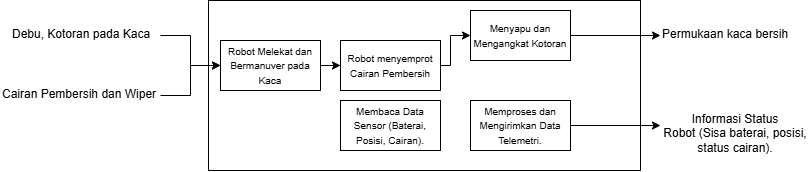
Earlier version of the draw.io export FunctionTree.drawio.png (bryansasa/PPT-Cleaning-Glass-Robot). Source tidied: cells renumbered, new cells last; positions are measured from the earlier drawing's top-left corner, leaving out a move shared by most shapes.
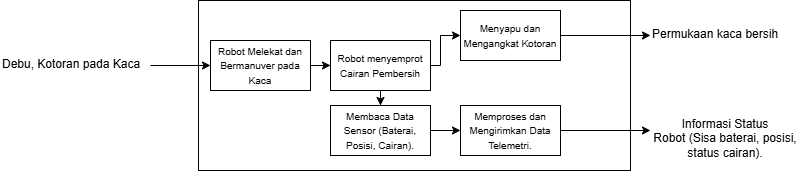
The same diagram one commit later.

What changed in the source:
```diff
@@ -9,14 +9,8 @@
       <mxGeometry relative="1" as="geometry" />
     </mxCell>
     <mxCell id="4" value="Debu, Kotoran pada Kaca" style="text;whiteSpace=wrap;html=1;" parent="1" vertex="1">
-      <mxGeometry x="10" y="20" width="150" height="30" as="geometry" />
+      <mxGeometry x="10" y="50" width="150" height="30" as="geometry" />
     </mxCell>
-    <mxCell id="5" style="edgeStyle=orthogonalEdgeStyle;rounded=0;jettySize=auto;html=1;" parent="1" edge="1" source="6" target="8">
-      <mxGeometry relative="1" as="geometry" />
-    </mxCell>
-    <mxCell id="6" value="Cairan Pembersih dan Wiper" style="text;whiteSpace=wrap;html=1;" parent="1" vertex="1">
-      <mxGeometry y="80" width="160" height="30" as="geometry" />
-    </mxCell>
     <mxCell id="7" style="edgeStyle=orthogonalEdgeStyle;rounded=0;jettySize=auto;html=1;" parent="1" edge="1" source="8" target="10">
       <mxGeometry relative="1" as="geometry" />
     </mxCell>
@@ -31,6 +25,9 @@
         </Array>
       </mxGeometry>
     </mxCell>
+    <mxCell id="18" style="edgeStyle=orthogonalEdgeStyle;rounded=0;jettySize=auto;html=1;" parent="1" edge="1" source="10" target="14">
+      <mxGeometry relative="1" as="geometry" />
+    </mxCell>
     <mxCell id="10" value="&lt;span&gt;&lt;font style=&quot;font-size: 10px;&quot;&gt;Robot menyemprot Cairan Pembersih&lt;/font&gt;&lt;/span&gt;" style="rounded=0;whiteSpace=wrap;html=1;" parent="1" vertex="1">
       <mxGeometry x="340" y="40" width="100" height="50" as="geometry" />
     </mxCell>
@@ -43,17 +40,20 @@
     <mxCell id="13" value="Permukaan kaca bersih" style="text;whiteSpace=wrap;html=1;" parent="1" vertex="1">
       <mxGeometry x="660" y="20" width="150" height="30" as="geometry" />
     </mxCell>
+    <mxCell id="19" style="edgeStyle=orthogonalEdgeStyle;rounded=0;jettySize=auto;html=1;" parent="1" edge="1" source="14" target="16">
+      <mxGeometry relative="1" as="geometry" />
+    </mxCell>
     <mxCell id="14" value="&lt;font style=&quot;font-size: 10px;&quot;&gt;&lt;span style=&quot;&quot;&gt;Membaca Data Sensor (Baterai, Posisi, Cairan)&lt;/span&gt;.&lt;/font&gt;" style="rounded=0;whiteSpace=wrap;html=1;" parent="1" vertex="1">
-      <mxGeometry x="340" y="100" width="100" height="50" as="geometry" />
+      <mxGeometry x="340" y="105" width="100" height="50" as="geometry" />
     </mxCell>
     <mxCell id="15" style="edgeStyle=orthogonalEdgeStyle;rounded=0;jettySize=auto;html=1;" parent="1" edge="1" source="16" target="17">
       <mxGeometry relative="1" as="geometry" />
     </mxCell>
     <mxCell id="16" value="&lt;span style=&quot;font-size: 10px;&quot;&gt;Memproses dan Mengirimkan Data Telemetri.&lt;/span&gt;" style="rounded=0;whiteSpace=wrap;html=1;" parent="1" vertex="1">
-      <mxGeometry x="470" y="100" width="100" height="50" as="geometry" />
+      <mxGeometry x="470" y="105" width="100" height="50" as="geometry" />
     </mxCell>
     <mxCell id="17" value="&lt;div style=&quot;&quot;&gt;&lt;span style=&quot;background-color: transparent; color: light-dark(rgb(0, 0, 0), rgb(255, 255, 255));&quot;&gt;Informasi Status Robot&amp;nbsp;&lt;/span&gt;&lt;span style=&quot;background-color: transparent; color: light-dark(rgb(0, 0, 0), rgb(255, 255, 255));&quot;&gt;(Sisa baterai, posisi, status cairan)&lt;/span&gt;&lt;span style=&quot;background-color: transparent; color: light-dark(rgb(0, 0, 0), rgb(255, 255, 255));&quot;&gt;.&lt;/span&gt;&lt;/div&gt;" style="text;whiteSpace=wrap;html=1;align=center;" parent="1" vertex="1">
-      <mxGeometry x="660" y="105" width="150" height="40" as="geometry" />
+      <mxGeometry x="660" y="110" width="150" height="40" as="geometry" />
     </mxCell>
   </root>
 </mxGraphModel>
```
